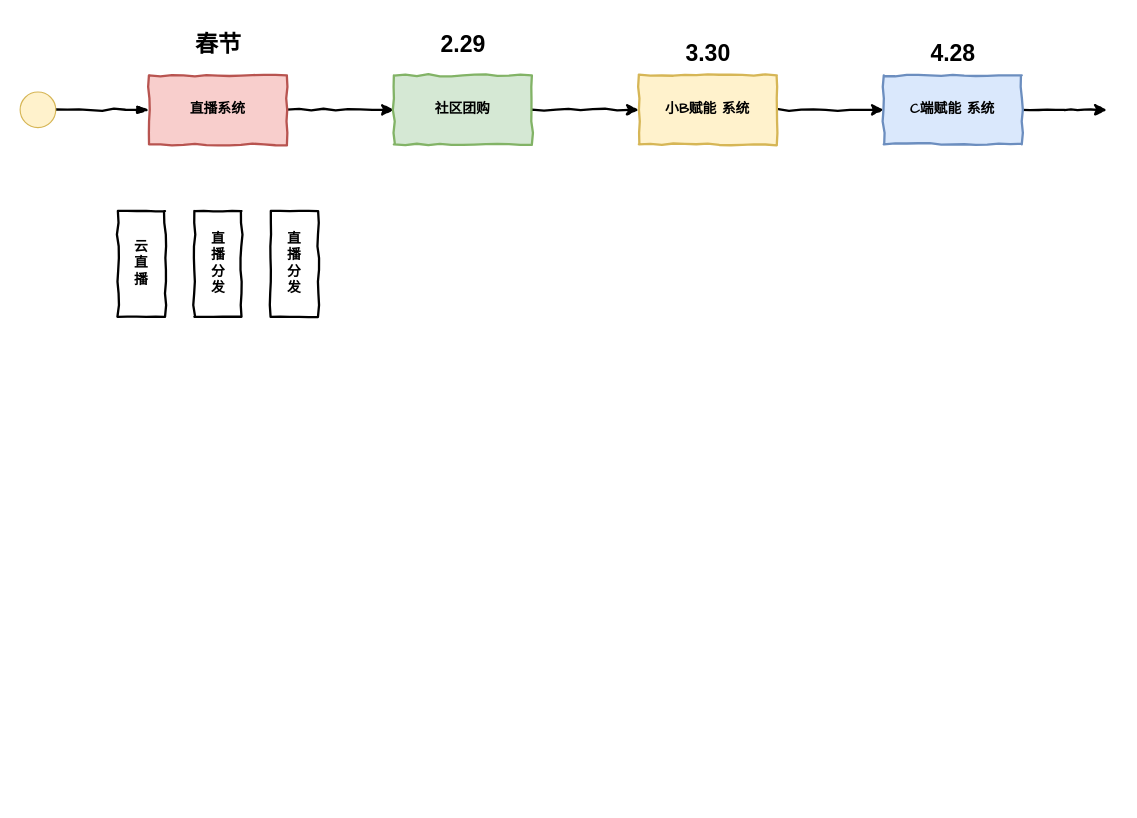
The draw.io diagram 推圈报告.drawio in chenyz/EGOTableViewPullRefresh, before the edit. Source tidied: cells renumbered, new cells numbered last; positions are measured from the earlier drawing's top-left corner, leaving out a move shared by most shapes. Both pictures are drawn from the tidied source at 115%, with x=0, y=0 at pixel (20, 20).
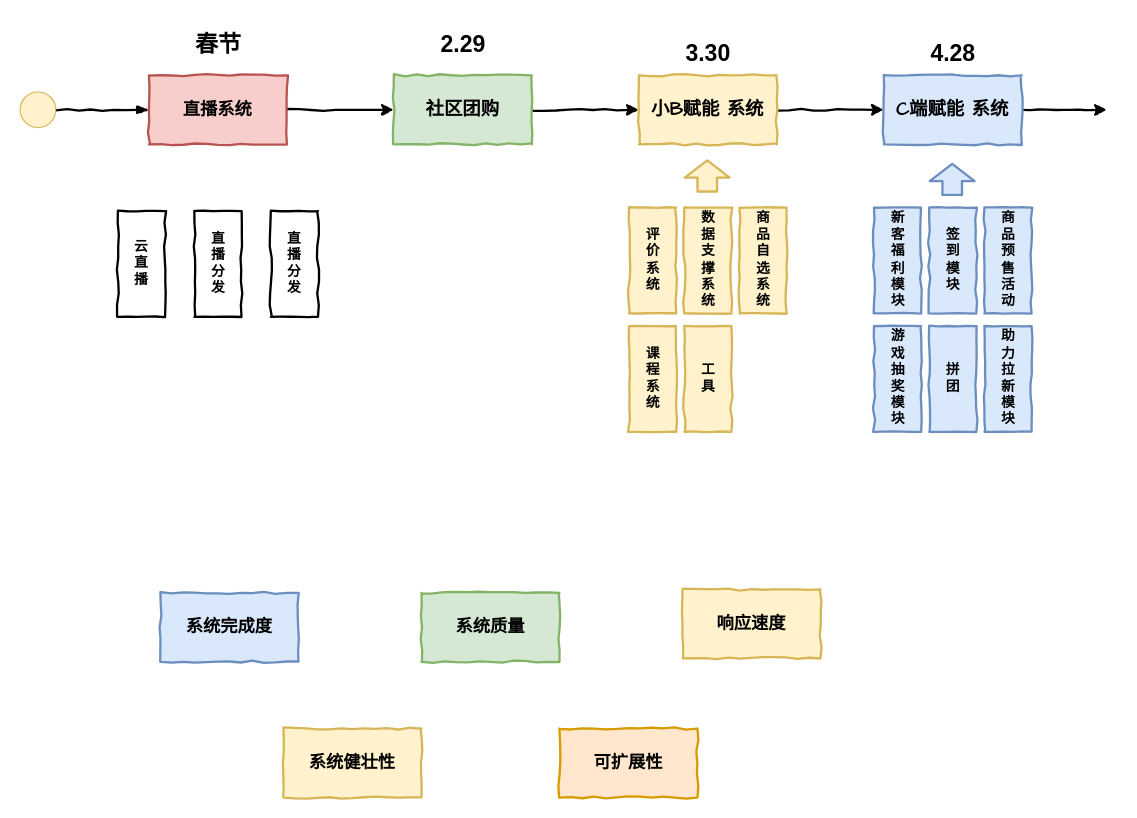
After the change.

Commit message (it also covers changes not shown here):
更新推圈报告.drawio

Diff of the diagram source:
```diff
@@
-    <mxCell id="3" value="直播系统" style="html=1;whiteSpace=wrap;comic=1;strokeWidth=2;fontFamily=Comic Sans MS;fontStyle=1;fillColor=#f8cecc;strokeColor=#b85450;" parent="1" vertex="1">
+    <mxCell id="3" value="&lt;font style=&quot;font-size: 15px&quot;&gt;直播系统&lt;/font&gt;" style="html=1;whiteSpace=wrap;comic=1;strokeWidth=2;fontFamily=Comic Sans MS;fontStyle=1;fillColor=#f8cecc;strokeColor=#b85450;" parent="1" vertex="1">
       <mxGeometry x="112" y="48" width="120" height="60" as="geometry" />
     </mxCell>
@@
-    <mxCell id="8" value="社区团购" style="html=1;whiteSpace=wrap;comic=1;strokeWidth=2;fontFamily=Comic Sans MS;fontStyle=1;fillColor=#d5e8d4;strokeColor=#82b366;" parent="1" vertex="1">
+    <mxCell id="8" value="&lt;font style=&quot;font-size: 16px&quot;&gt;社区团购&lt;/font&gt;" style="html=1;whiteSpace=wrap;comic=1;strokeWidth=2;fontFamily=Comic Sans MS;fontStyle=1;fillColor=#d5e8d4;strokeColor=#82b366;" parent="1" vertex="1">
       <mxGeometry x="325" y="48" width="120" height="60" as="geometry" />
     </mxCell>
@@
-    <mxCell id="11" value="小B赋能 系统" style="html=1;whiteSpace=wrap;comic=1;strokeWidth=2;fontFamily=Comic Sans MS;fontStyle=1;fillColor=#fff2cc;strokeColor=#d6b656;" parent="1" vertex="1">
+    <mxCell id="11" value="&lt;font style=&quot;font-size: 16px&quot;&gt;小B赋能 系统&lt;/font&gt;" style="html=1;whiteSpace=wrap;comic=1;strokeWidth=2;fontFamily=Comic Sans MS;fontStyle=1;fillColor=#fff2cc;strokeColor=#d6b656;" parent="1" vertex="1">
       <mxGeometry x="538" y="48" width="120" height="60" as="geometry" />
     </mxCell>
@@
-    <mxCell id="14" value="C端赋能 系统" style="html=1;whiteSpace=wrap;comic=1;strokeWidth=2;fontFamily=Comic Sans MS;fontStyle=1;fillColor=#dae8fc;strokeColor=#6c8ebf;" parent="1" vertex="1">
+    <mxCell id="14" value="&lt;font style=&quot;font-size: 16px&quot;&gt;C端赋能 系统&lt;/font&gt;" style="html=1;whiteSpace=wrap;comic=1;strokeWidth=2;fontFamily=Comic Sans MS;fontStyle=1;fillColor=#dae8fc;strokeColor=#6c8ebf;" parent="1" vertex="1">
       <mxGeometry x="751" y="48" width="120" height="60" as="geometry" />
     </mxCell>
@@
+    <mxCell id="19" value="&lt;font style=&quot;font-size: 15px&quot;&gt;系统完成度&lt;/font&gt;" style="html=1;whiteSpace=wrap;comic=1;strokeWidth=2;fontFamily=Comic Sans MS;fontStyle=1;fillColor=#dae8fc;strokeColor=#6c8ebf;" parent="1" vertex="1">
+      <mxGeometry x="122" y="498" width="120" height="60" as="geometry" />
+    </mxCell>
+    <mxCell id="20" value="&lt;font style=&quot;font-size: 15px&quot;&gt;系统质量&lt;/font&gt;" style="html=1;whiteSpace=wrap;comic=1;strokeWidth=2;fontFamily=Comic Sans MS;fontStyle=1;fillColor=#d5e8d4;strokeColor=#82b366;" parent="1" vertex="1">
+      <mxGeometry x="349" y="498" width="120" height="60" as="geometry" />
+    </mxCell>
+    <mxCell id="21" value="&lt;font style=&quot;font-size: 15px&quot;&gt;响应速度&lt;/font&gt;" style="html=1;whiteSpace=wrap;comic=1;strokeWidth=2;fontFamily=Comic Sans MS;fontStyle=1;fillColor=#fff2cc;strokeColor=#d6b656;" parent="1" vertex="1">
+      <mxGeometry x="576" y="495" width="120" height="60" as="geometry" />
+    </mxCell>
+    <mxCell id="22" value="&lt;font style=&quot;font-size: 15px&quot;&gt;系统健壮性&lt;/font&gt;" style="html=1;whiteSpace=wrap;comic=1;strokeWidth=2;fontFamily=Comic Sans MS;fontStyle=1;fillColor=#fff2cc;strokeColor=#d6b656;" parent="1" vertex="1">
+      <mxGeometry x="229" y="616" width="120" height="60" as="geometry" />
+    </mxCell>
+    <mxCell id="23" value="&lt;font style=&quot;font-size: 15px&quot;&gt;可扩展性&lt;/font&gt;" style="html=1;whiteSpace=wrap;comic=1;strokeWidth=2;fontFamily=Comic Sans MS;fontStyle=1;fillColor=#ffe6cc;strokeColor=#d79b00;" parent="1" vertex="1">
+      <mxGeometry x="469" y="616" width="120" height="60" as="geometry" />
+    </mxCell>
+    <mxCell id="24" value="评&lt;br&gt;价&lt;br&gt;系&lt;br&gt;统" style="html=1;whiteSpace=wrap;comic=1;strokeWidth=2;fontFamily=Comic Sans MS;fontStyle=1;fillColor=#fff2cc;strokeColor=#d6b656;" parent="1" vertex="1">
+      <mxGeometry x="529.5" y="163" width="41" height="92" as="geometry" />
+    </mxCell>
+    <mxCell id="25" value="数&lt;br&gt;据&lt;br&gt;支&lt;br&gt;撑&lt;br&gt;系&lt;br&gt;统" style="html=1;whiteSpace=wrap;comic=1;strokeWidth=2;fontFamily=Comic Sans MS;fontStyle=1;fillColor=#fff2cc;strokeColor=#d6b656;" parent="1" vertex="1">
+      <mxGeometry x="577.5" y="163" width="41" height="92" as="geometry" />
+    </mxCell>
+    <mxCell id="26" value="商&lt;br&gt;品&lt;br&gt;自&lt;br&gt;选&lt;br&gt;系&lt;br&gt;统" style="html=1;whiteSpace=wrap;comic=1;strokeWidth=2;fontFamily=Comic Sans MS;fontStyle=1;fillColor=#fff2cc;strokeColor=#d6b656;" parent="1" vertex="1">
+      <mxGeometry x="625.5" y="163" width="41" height="92" as="geometry" />
+    </mxCell>
+    <mxCell id="27" value="课&lt;br&gt;程&lt;br&gt;系&lt;br&gt;统" style="html=1;whiteSpace=wrap;comic=1;strokeWidth=2;fontFamily=Comic Sans MS;fontStyle=1;fillColor=#fff2cc;strokeColor=#d6b656;" parent="1" vertex="1">
+      <mxGeometry x="529.5" y="266" width="41" height="92" as="geometry" />
+    </mxCell>
+    <mxCell id="28" value="工&lt;br&gt;具" style="html=1;whiteSpace=wrap;comic=1;strokeWidth=2;fontFamily=Comic Sans MS;fontStyle=1;fillColor=#fff2cc;strokeColor=#d6b656;" parent="1" vertex="1">
+      <mxGeometry x="577.5" y="266" width="41" height="92" as="geometry" />
+    </mxCell>
+    <mxCell id="29" style="shape=flexArrow;endArrow=classic;html=1;strokeWidth=2;width=16;endSize=4.33;fillColor=#fff2cc;strokeColor=#d6b656;" parent="1" edge="1">
+      <mxGeometry relative="1" as="geometry">
+        <mxPoint x="597.5" y="150" as="sourcePoint" />
+        <mxPoint x="597.5" y="121" as="targetPoint" />
+      </mxGeometry>
+    </mxCell>
+    <mxCell id="30" value="新&lt;br&gt;客&lt;br&gt;福&lt;br&gt;利&lt;br&gt;模&lt;br&gt;块" style="html=1;whiteSpace=wrap;comic=1;strokeWidth=2;fontFamily=Comic Sans MS;fontStyle=1;fillColor=#dae8fc;strokeColor=#6c8ebf;" parent="1" vertex="1">
+      <mxGeometry x="742.5" y="163" width="41" height="92" as="geometry" />
+    </mxCell>
+    <mxCell id="31" value="签&lt;br&gt;到&lt;br&gt;模&lt;br&gt;块" style="html=1;whiteSpace=wrap;comic=1;strokeWidth=2;fontFamily=Comic Sans MS;fontStyle=1;fillColor=#dae8fc;strokeColor=#6c8ebf;" parent="1" vertex="1">
+      <mxGeometry x="790.5" y="163" width="41" height="92" as="geometry" />
+    </mxCell>
+    <mxCell id="32" value="商&lt;br&gt;品&lt;br&gt;预&lt;br&gt;售&lt;br&gt;活&lt;br&gt;动" style="html=1;whiteSpace=wrap;comic=1;strokeWidth=2;fontFamily=Comic Sans MS;fontStyle=1;fillColor=#dae8fc;strokeColor=#6c8ebf;" parent="1" vertex="1">
+      <mxGeometry x="838.5" y="163" width="41" height="92" as="geometry" />
+    </mxCell>
+    <mxCell id="33" value="游&lt;br&gt;戏&lt;br&gt;抽&lt;br&gt;奖&lt;br&gt;模&lt;br&gt;块" style="html=1;whiteSpace=wrap;comic=1;strokeWidth=2;fontFamily=Comic Sans MS;fontStyle=1;fillColor=#dae8fc;strokeColor=#6c8ebf;" parent="1" vertex="1">
+      <mxGeometry x="742.5" y="266" width="41" height="92" as="geometry" />
+    </mxCell>
+    <mxCell id="34" value="拼&lt;br&gt;团" style="html=1;whiteSpace=wrap;comic=1;strokeWidth=2;fontFamily=Comic Sans MS;fontStyle=1;fillColor=#dae8fc;strokeColor=#6c8ebf;" parent="1" vertex="1">
+      <mxGeometry x="790.5" y="266" width="41" height="92" as="geometry" />
+    </mxCell>
+    <mxCell id="35" value="助&lt;br&gt;力&lt;br&gt;拉&lt;br&gt;新&lt;br&gt;模&lt;br&gt;块" style="html=1;whiteSpace=wrap;comic=1;strokeWidth=2;fontFamily=Comic Sans MS;fontStyle=1;fillColor=#dae8fc;strokeColor=#6c8ebf;" parent="1" vertex="1">
+      <mxGeometry x="838.5" y="266" width="41" height="92" as="geometry" />
+    </mxCell>
+    <mxCell id="36" style="shape=flexArrow;endArrow=classic;html=1;strokeWidth=2;width=16;endSize=4.33;fillColor=#dae8fc;strokeColor=#6c8ebf;" parent="1" edge="1">
+      <mxGeometry relative="1" as="geometry">
+        <mxPoint x="810.5" y="153" as="sourcePoint" />
+        <mxPoint x="810.5" y="124" as="targetPoint" />
+      </mxGeometry>
+    </mxCell>
```
